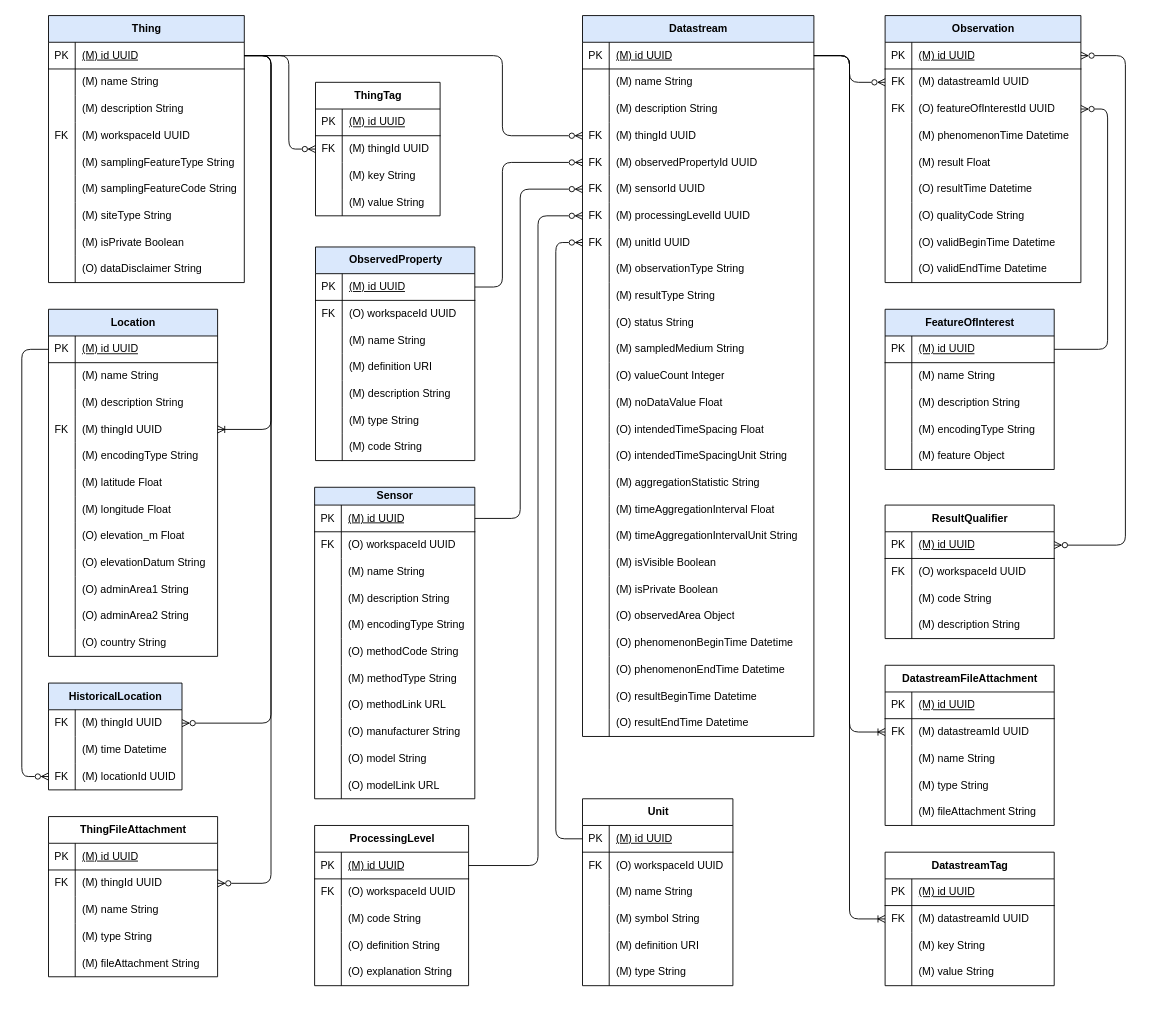
Above: apps/docs/docs/references/diagrams/HydroServer_Data_Model.drawio in hydroserver2/hydroserver (draw.io), before the change. Source tidied: cells renumbered, new cells numbered last; positions are measured from the earlier drawing's top-left corner, leaving out a move shared by most shapes. Both pictures are drawn from the tidied source at 89%, with x=0, y=0 at pixel (21, 15).
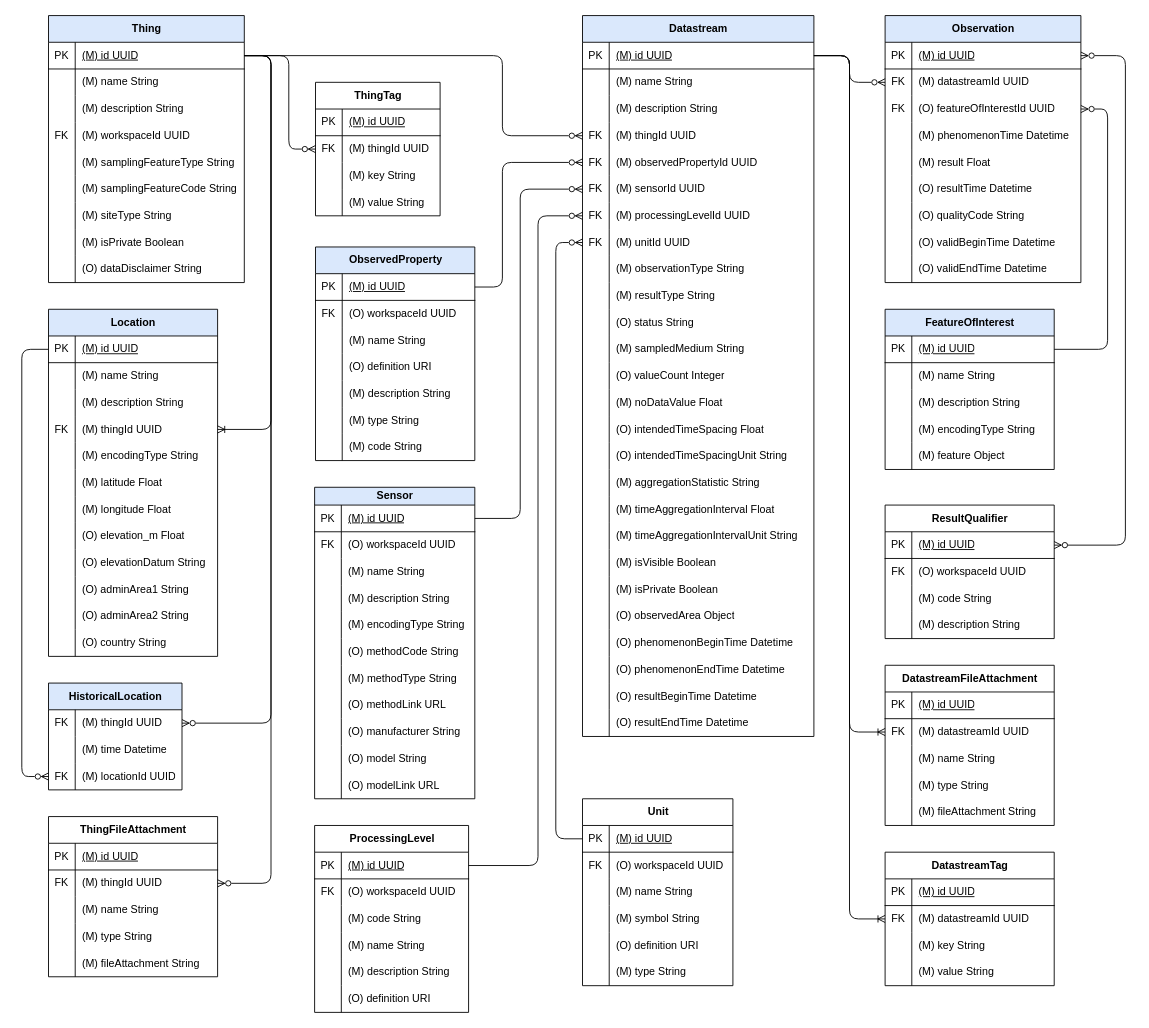
After the change.

Unchanged cells that the change refers to:
```xml
<mxCell id="236" style="shape=tableRow;horizontal=0;startSize=0;swimlaneHead=0;swimlaneBody=0;fillColor=none;top=0;left=0;right=0;bottom=0;fontSize=12;" parent="226" vertex="1">
  <mxGeometry y="120" width="173" height="30" as="geometry" />
</mxCell>
<mxCell id="239" style="shape=tableRow;horizontal=0;startSize=0;swimlaneHead=0;swimlaneBody=0;fillColor=none;top=0;left=0;right=0;bottom=0;fontSize=12;" parent="226" vertex="1">
  <mxGeometry y="150" width="173" height="30" as="geometry" />
</mxCell>
<mxCell id="253" style="shape=tableRow;horizontal=0;startSize=0;swimlaneHead=0;swimlaneBody=0;fillColor=none;top=0;left=0;right=0;bottom=0;fontSize=12;" parent="243" vertex="1">
  <mxGeometry y="120" width="179" height="30" as="geometry" />
</mxCell>
<mxCell id="278" style="shape=tableRow;horizontal=0;startSize=0;swimlaneHead=0;swimlaneBody=0;fillColor=none;top=0;left=0;right=0;bottom=0;fontSize=12;" parent="265" vertex="1">
  <mxGeometry y="150" width="169" height="30" as="geometry" />
</mxCell>
```

The edit, as a diff of the source:
```diff
@@
     <mxCell id="226" value="ProcessingLevel" style="shape=table;startSize=30;childLayout=tableLayout;rowLines=0;fontStyle=1;align=center;html=1;fontSize=12;" parent="1" vertex="1">
-      <mxGeometry x="329" y="910" width="173" height="180" as="geometry" />
+      <mxGeometry x="329" y="910" width="173" height="210" as="geometry" />
     </mxCell>
@@
-    <mxCell id="238" value="(O) definition String" style="shape=partialRectangle;fillColor=none;top=0;left=0;bottom=0;right=0;align=left;spacingLeft=6;overflow=hidden;whiteSpace=wrap;html=1;fontSize=12;" parent="236" vertex="1">
+    <mxCell id="238" value="(M) name String" style="shape=partialRectangle;fillColor=none;top=0;left=0;bottom=0;right=0;align=left;spacingLeft=6;overflow=hidden;whiteSpace=wrap;html=1;fontSize=12;" parent="236" vertex="1">
       <mxGeometry x="30" width="143" height="30" as="geometry" />
     </mxCell>
@@
-    <mxCell id="241" value="(O) explanation String" style="shape=partialRectangle;fillColor=none;top=0;left=0;bottom=0;right=0;align=left;spacingLeft=6;overflow=hidden;whiteSpace=wrap;html=1;fontSize=12;" parent="239" vertex="1">
+    <mxCell id="241" value="(M) description String" style="shape=partialRectangle;fillColor=none;top=0;left=0;bottom=0;right=0;align=left;spacingLeft=6;overflow=hidden;whiteSpace=wrap;html=1;fontSize=12;" parent="239" vertex="1">
       <mxGeometry x="30" width="143" height="30" as="geometry" />
     </mxCell>
+    <mxCell id="377" style="shape=tableRow;horizontal=0;startSize=0;swimlaneHead=0;swimlaneBody=0;fillColor=none;top=0;left=0;right=0;bottom=0;fontSize=12;" parent="226" vertex="1">
+      <mxGeometry y="180" width="173" height="30" as="geometry" />
+    </mxCell>
+    <mxCell id="378" style="shape=partialRectangle;fillColor=none;top=0;left=0;bottom=0;right=0;overflow=hidden;whiteSpace=wrap;html=1;fontSize=12;" parent="377" vertex="1">
+      <mxGeometry width="30" height="30" as="geometry" />
+    </mxCell>
+    <mxCell id="379" value="(O) definition URI" style="shape=partialRectangle;fillColor=none;top=0;left=0;bottom=0;right=0;align=left;spacingLeft=6;overflow=hidden;whiteSpace=wrap;html=1;fontSize=12;" parent="377" vertex="1">
+      <mxGeometry x="30" width="143" height="30" as="geometry" />
+    </mxCell>
@@
-    <mxCell id="255" value="(M) definition URI" style="shape=partialRectangle;fillColor=none;top=0;left=0;bottom=0;right=0;align=left;spacingLeft=6;overflow=hidden;whiteSpace=wrap;html=1;fontSize=12;" parent="253" vertex="1">
+    <mxCell id="255" value="(O) definition URI" style="shape=partialRectangle;fillColor=none;top=0;left=0;bottom=0;right=0;align=left;spacingLeft=6;overflow=hidden;whiteSpace=wrap;html=1;fontSize=12;" parent="253" vertex="1">
       <mxGeometry x="30" width="149" height="30" as="geometry" />
     </mxCell>
@@
-    <mxCell id="280" value="(M) definition URI" style="shape=partialRectangle;fillColor=none;top=0;left=0;bottom=0;right=0;align=left;spacingLeft=6;overflow=hidden;whiteSpace=wrap;html=1;fontSize=12;" parent="278" vertex="1">
+    <mxCell id="280" value="(O) definition URI" style="shape=partialRectangle;fillColor=none;top=0;left=0;bottom=0;right=0;align=left;spacingLeft=6;overflow=hidden;whiteSpace=wrap;html=1;fontSize=12;" parent="278" vertex="1">
       <mxGeometry x="30" width="139" height="30" as="geometry" />
     </mxCell>
```
